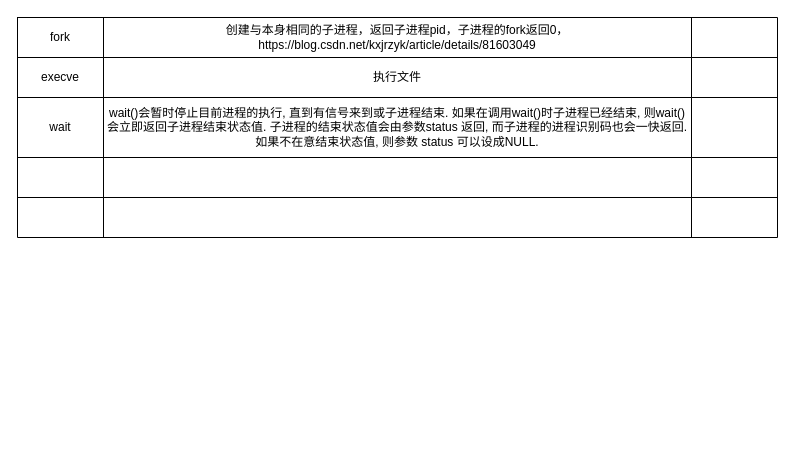
ganjue66da/ganjue66da keeps this draw.io diagram as page "fork" (1 of 2) of note_fork.drawio. Above is the earlier version. Source tidied: cells renumbered, new cells numbered last; positions are measured from the earlier drawing's top-left corner, leaving out a move shared by most shapes. Both pictures are drawn from the tidied source at 100%, with x=0, y=0 at pixel (17, 17).
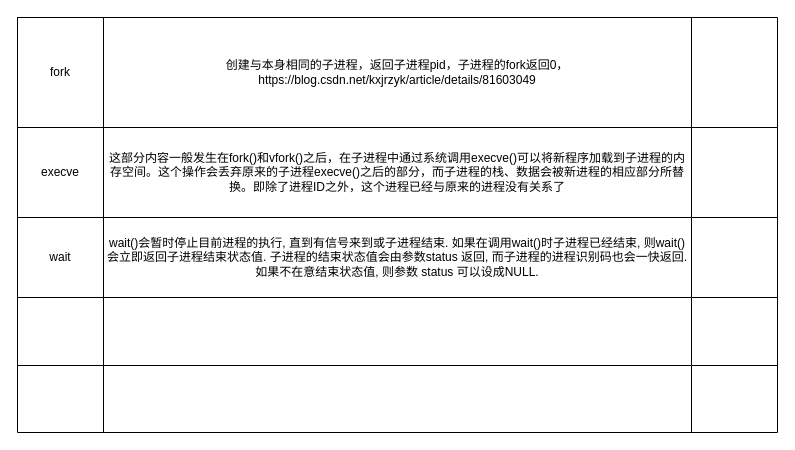
After the change.

Diff of the diagram source:
```diff
@@
     <mxCell id="2" style="shape=table;startSize=0;childLayout=tableLayout;" parent="1" vertex="1">
-      <mxGeometry width="760" height="220" as="geometry" />
+      <mxGeometry width="760" height="415" as="geometry" />
     </mxCell>
     <mxCell id="3" style="shape=partialRectangle;fillColor=none;top=0;left=0;bottom=0;right=0;" parent="2" vertex="1">
-      <mxGeometry width="760" height="40" as="geometry" />
+      <mxGeometry width="760" height="110" as="geometry" />
     </mxCell>
     <mxCell id="4" value="fork" style="shape=partialRectangle;html=1;whiteSpace=wrap;overflow=hidden;fillColor=none;top=0;left=0;bottom=0;right=0;" parent="3" vertex="1">
-      <mxGeometry width="86" height="40" as="geometry" />
+      <mxGeometry width="86" height="110" as="geometry" />
     </mxCell>
     <mxCell id="5" value="创建与本身相同的子进程，返回子进程pid，子进程的fork返回0，https://blog.csdn.net/kxjrzyk/article/details/81603049" style="shape=partialRectangle;html=1;whiteSpace=wrap;overflow=hidden;fillColor=none;top=0;left=0;bottom=0;right=0;" parent="3" vertex="1">
-      <mxGeometry x="86" width="588" height="40" as="geometry" />
+      <mxGeometry x="86" width="588" height="110" as="geometry" />
     </mxCell>
     <mxCell id="6" style="shape=partialRectangle;html=1;whiteSpace=wrap;overflow=hidden;fillColor=none;top=0;left=0;bottom=0;right=0;" parent="3" vertex="1">
-      <mxGeometry x="674" width="86" height="40" as="geometry" />
+      <mxGeometry x="674" width="86" height="110" as="geometry" />
     </mxCell>
     <mxCell id="7" style="shape=partialRectangle;fillColor=none;top=0;left=0;bottom=0;right=0;" parent="2" vertex="1">
-      <mxGeometry y="40" width="760" height="40" as="geometry" />
+      <mxGeometry y="110" width="760" height="90" as="geometry" />
     </mxCell>
     <mxCell id="8" value="execve" style="shape=partialRectangle;html=1;whiteSpace=wrap;overflow=hidden;fillColor=none;top=0;left=0;bottom=0;right=0;" parent="7" vertex="1">
-      <mxGeometry width="86" height="40" as="geometry" />
+      <mxGeometry width="86" height="90" as="geometry" />
     </mxCell>
-    <mxCell id="9" value="执行文件" style="shape=partialRectangle;html=1;whiteSpace=wrap;overflow=hidden;fillColor=none;top=0;left=0;bottom=0;right=0;" parent="7" vertex="1">
-      <mxGeometry x="86" width="588" height="40" as="geometry" />
+    <mxCell id="9" value="&lt;div&gt;这部分内容一般发生在fork()和vfork()之后，在子进程中通过系统调用execve()可以将新程序加载到子进程的内存空间。这个操作会丢弃原来的子进程execve()之后的部分，而子进程的栈、数据会被新进程的相应部分所替换。即除了进程ID之外，这个进程已经与原来的进程没有关系了&lt;/div&gt;" style="shape=partialRectangle;html=1;whiteSpace=wrap;overflow=hidden;fillColor=none;top=0;left=0;bottom=0;right=0;" parent="7" vertex="1">
+      <mxGeometry x="86" width="588" height="90" as="geometry" />
     </mxCell>
     <mxCell id="10" style="shape=partialRectangle;html=1;whiteSpace=wrap;overflow=hidden;fillColor=none;top=0;left=0;bottom=0;right=0;" parent="7" vertex="1">
-      <mxGeometry x="674" width="86" height="40" as="geometry" />
+      <mxGeometry x="674" width="86" height="90" as="geometry" />
     </mxCell>
     <mxCell id="11" style="shape=partialRectangle;fillColor=none;top=0;left=0;bottom=0;right=0;" parent="2" vertex="1">
-      <mxGeometry y="80" width="760" height="60" as="geometry" />
+      <mxGeometry y="200" width="760" height="80" as="geometry" />
     </mxCell>
     <mxCell id="12" value="wait" style="shape=partialRectangle;html=1;whiteSpace=wrap;overflow=hidden;fillColor=none;top=0;left=0;bottom=0;right=0;" parent="11" vertex="1">
-      <mxGeometry width="86" height="60" as="geometry" />
+      <mxGeometry width="86" height="80" as="geometry" />
     </mxCell>
     <mxCell id="13" value="wait()会暂时停止目前进程的执行, 直到有信号来到或子进程结束. 如果在调用wait()时子进程已经结束, 则wait()会立即返回子进程结束状态值. 子进程的结束状态值会由参数status 返回, 而子进程的进程识别码也会一快返回. 如果不在意结束状态值, 则参数 status 可以设成NULL." style="shape=partialRectangle;html=1;whiteSpace=wrap;overflow=hidden;fillColor=none;top=0;left=0;bottom=0;right=0;" parent="11" vertex="1">
-      <mxGeometry x="86" width="588" height="60" as="geometry" />
+      <mxGeometry x="86" width="588" height="80" as="geometry" />
     </mxCell>
     <mxCell id="14" style="shape=partialRectangle;html=1;whiteSpace=wrap;overflow=hidden;fillColor=none;top=0;left=0;bottom=0;right=0;" parent="11" vertex="1">
-      <mxGeometry x="674" width="86" height="60" as="geometry" />
+      <mxGeometry x="674" width="86" height="80" as="geometry" />
     </mxCell>
     <mxCell id="15" style="shape=partialRectangle;fillColor=none;top=0;left=0;bottom=0;right=0;" parent="2" vertex="1">
-      <mxGeometry y="140" width="760" height="40" as="geometry" />
+      <mxGeometry y="280" width="760" height="68" as="geometry" />
     </mxCell>
     <mxCell id="16" style="shape=partialRectangle;html=1;whiteSpace=wrap;overflow=hidden;fillColor=none;top=0;left=0;bottom=0;right=0;" parent="15" vertex="1">
-      <mxGeometry width="86" height="40" as="geometry" />
+      <mxGeometry width="86" height="68" as="geometry" />
     </mxCell>
     <mxCell id="17" style="shape=partialRectangle;html=1;whiteSpace=wrap;overflow=hidden;fillColor=none;top=0;left=0;bottom=0;right=0;" parent="15" vertex="1">
-      <mxGeometry x="86" width="588" height="40" as="geometry" />
+      <mxGeometry x="86" width="588" height="68" as="geometry" />
     </mxCell>
     <mxCell id="18" style="shape=partialRectangle;html=1;whiteSpace=wrap;overflow=hidden;fillColor=none;top=0;left=0;bottom=0;right=0;" parent="15" vertex="1">
-      <mxGeometry x="674" width="86" height="40" as="geometry" />
+      <mxGeometry x="674" width="86" height="68" as="geometry" />
     </mxCell>
     <mxCell id="19" style="shape=partialRectangle;fillColor=none;top=0;left=0;bottom=0;right=0;" parent="2" vertex="1">
-      <mxGeometry y="180" width="760" height="40" as="geometry" />
+      <mxGeometry y="348" width="760" height="67" as="geometry" />
     </mxCell>
     <mxCell id="20" style="shape=partialRectangle;html=1;whiteSpace=wrap;overflow=hidden;fillColor=none;top=0;left=0;bottom=0;right=0;" parent="19" vertex="1">
-      <mxGeometry width="86" height="40" as="geometry" />
+      <mxGeometry width="86" height="67" as="geometry" />
     </mxCell>
     <mxCell id="21" style="shape=partialRectangle;html=1;whiteSpace=wrap;overflow=hidden;fillColor=none;top=0;left=0;bottom=0;right=0;" parent="19" vertex="1">
-      <mxGeometry x="86" width="588" height="40" as="geometry" />
+      <mxGeometry x="86" width="588" height="67" as="geometry" />
     </mxCell>
     <mxCell id="22" style="shape=partialRectangle;html=1;whiteSpace=wrap;overflow=hidden;fillColor=none;top=0;left=0;bottom=0;right=0;" parent="19" vertex="1">
-      <mxGeometry x="674" width="86" height="40" as="geometry" />
+      <mxGeometry x="674" width="86" height="67" as="geometry" />
     </mxCell>
```
